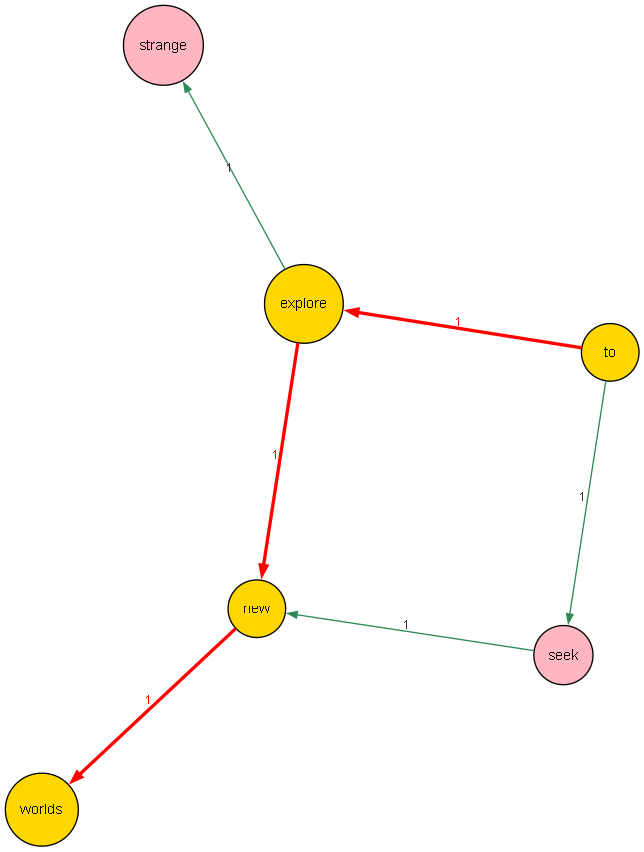
Earlier version of the Graphviz export shortest_path.png (wjstpgusl/lab-1). Its source is kept beside it as shortest_path.dot.
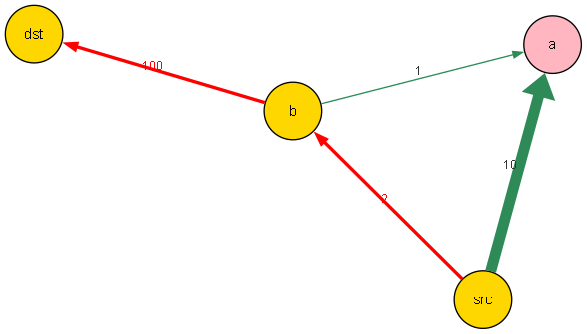
The same file after the commit.

What changed in the source:
```diff
@@ -7,14 +7,11 @@
         fontsize=11, fontname="Arial", width=0.6, fixedsize=false];
   edge [fontsize=9, fontname="Arial", color="#2E8B57",
         fontcolor="#333333", arrowsize=0.7];
-  "new" [fillcolor="#FFD700"];
-  "worlds" [fillcolor="#FFD700"];
-  "explore" [fillcolor="#FFD700"];
-  "to" [fillcolor="#FFD700"];
-  "to" -> "explore" [label="1", color="#FF0000", penwidth=2.5, fontcolor="#FF0000"];
-  "to" -> "seek" [label="1", penwidth=1.0];
-  "explore" -> "new" [label="1", color="#FF0000", penwidth=2.5, fontcolor="#FF0000"];
-  "explore" -> "strange" [label="1", penwidth=1.0];
-  "seek" -> "new" [label="1", penwidth=1.0];
-  "new" -> "worlds" [label="1", color="#FF0000", penwidth=2.5, fontcolor="#FF0000"];
+  "b" [fillcolor="#FFD700"];
+  "dst" [fillcolor="#FFD700"];
+  "src" [fillcolor="#FFD700"];
+  "src" -> "a" [label="10", penwidth=8.2];
+  "src" -> "b" [label="2", color="#FF0000", penwidth=2.5, fontcolor="#FF0000"];
+  "b" -> "a" [label="1", penwidth=1.0];
+  "b" -> "dst" [label="100", color="#FF0000", penwidth=2.5, fontcolor="#FF0000"];
 }
```
